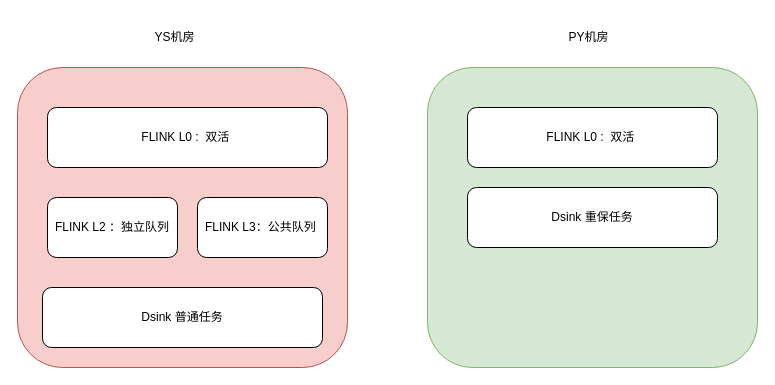
Before: Untitled Diagram.drawio in labud/pictures, a draw.io diagram. Source tidied: cells renumbered, new cells numbered last; positions are measured from the earlier drawing's top-left corner, leaving out a move shared by most shapes. Both pictures are drawn from the tidied source at 100%, with x=0, y=0 at pixel (17, 17).
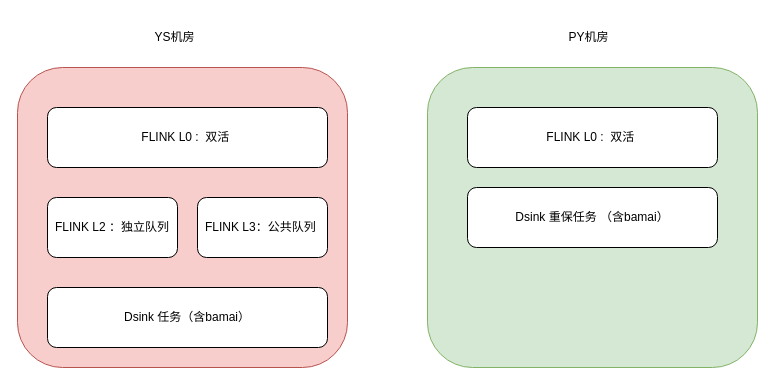
The same diagram, later.

Diff of the diagram source:
```diff
@@
 <mxGraphModel>
   <root>
     <mxCell id="0" />
     <mxCell id="1" parent="0" />
     <mxCell id="2" style="rounded=1;whiteSpace=wrap;html=1;fillColor=#f8cecc;strokeColor=#b85450;" parent="1" vertex="1">
       <mxGeometry y="50" width="330" height="300" as="geometry" />
     </mxCell>
     <mxCell id="3" style="rounded=1;whiteSpace=wrap;html=1;fillColor=#d5e8d4;strokeColor=#82b366;" parent="1" vertex="1">
       <mxGeometry x="410" y="50" width="330" height="300" as="geometry" />
     </mxCell>
     <mxCell id="4" value="FLINK L0 :&amp;nbsp; 双活&amp;nbsp;" style="rounded=1;whiteSpace=wrap;html=1;" parent="1" vertex="1">
       <mxGeometry x="30" y="90" width="280" height="60" as="geometry" />
     </mxCell>
     <mxCell id="5" value="FLINK L2 ：独立队列" style="rounded=1;whiteSpace=wrap;html=1;" parent="1" vertex="1">
       <mxGeometry x="30" y="180" width="130" height="60" as="geometry" />
     </mxCell>
     <mxCell id="6" value="FLINK L3：公共队列&amp;nbsp;" style="rounded=1;whiteSpace=wrap;html=1;" parent="1" vertex="1">
       <mxGeometry x="180" y="180" width="130" height="60" as="geometry" />
     </mxCell>
     <mxCell id="7" value="FLINK L0 :&amp;nbsp; 双活&amp;nbsp;" style="rounded=1;whiteSpace=wrap;html=1;" parent="1" vertex="1">
       <mxGeometry x="450" y="90" width="250" height="60" as="geometry" />
     </mxCell>
     <mxCell id="8" value="YS机房" style="text;html=1;align=center;verticalAlign=middle;whiteSpace=wrap;rounded=0;" parent="1" vertex="1">
       <mxGeometry x="110" width="95" height="40" as="geometry" />
     </mxCell>
     <mxCell id="9" value="PY机房" style="text;html=1;align=center;verticalAlign=middle;whiteSpace=wrap;rounded=0;" parent="1" vertex="1">
       <mxGeometry x="530" y="2.5" width="82.5" height="35" as="geometry" />
     </mxCell>
-    <mxCell id="10" value="Dsink 重保任务" style="rounded=1;whiteSpace=wrap;html=1;" parent="1" vertex="1">
+    <mxCell id="10" value="Dsink 重保任务 （含bamai）" style="rounded=1;whiteSpace=wrap;html=1;" parent="1" vertex="1">
       <mxGeometry x="450" y="170" width="250" height="60" as="geometry" />
     </mxCell>
-    <mxCell id="11" value="Dsink 普通任务" style="rounded=1;whiteSpace=wrap;html=1;" parent="1" vertex="1">
-      <mxGeometry x="25" y="270" width="280" height="60" as="geometry" />
+    <mxCell id="11" value="Dsink 任务（含bamai）" style="rounded=1;whiteSpace=wrap;html=1;" parent="1" vertex="1">
+      <mxGeometry x="30" y="270" width="280" height="60" as="geometry" />
     </mxCell>
   </root>
 </mxGraphModel>
```
